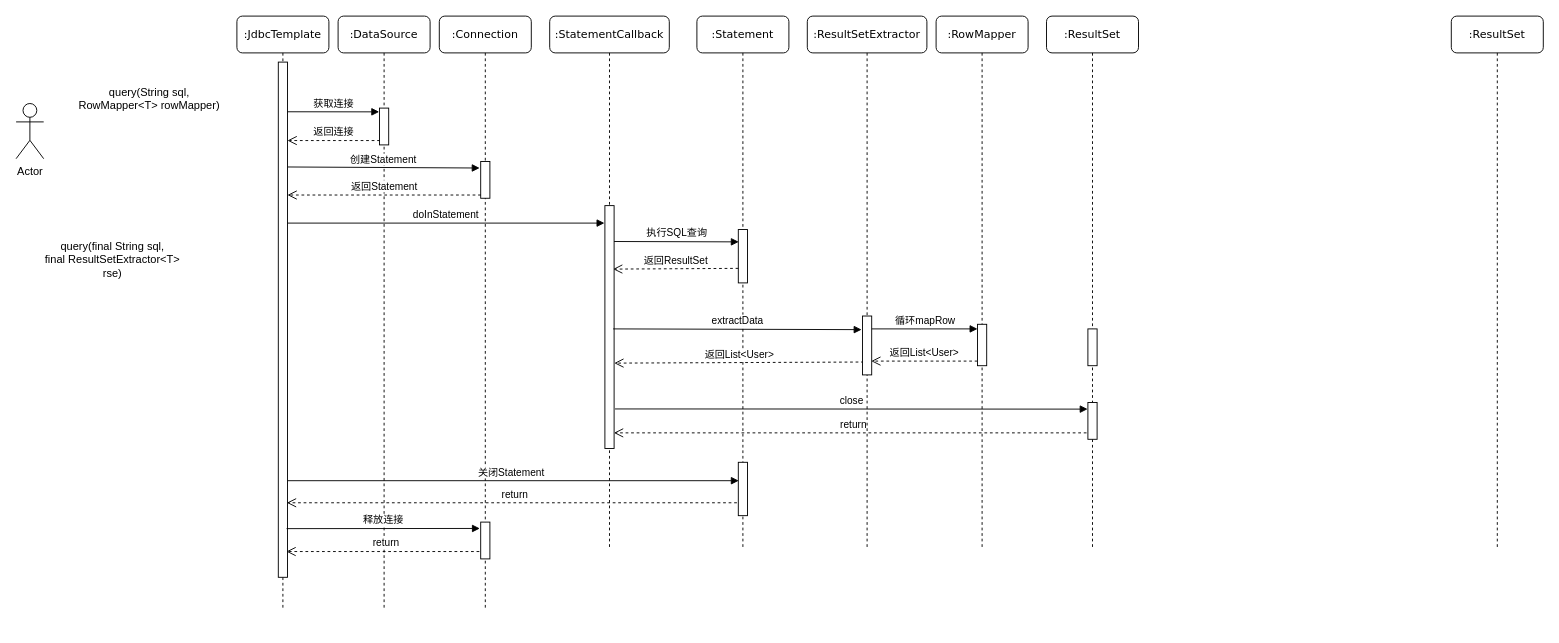
Above: JdbcTemplate时序图.drawio in hongweilv-whu/flowCharts (draw.io), before the change. Source tidied: cells renumbered, new cells numbered last; positions are measured from the earlier drawing's top-left corner, leaving out a move shared by most shapes. Both pictures are drawn from the tidied source at 92%, with x=0, y=0 at pixel (16, 16).
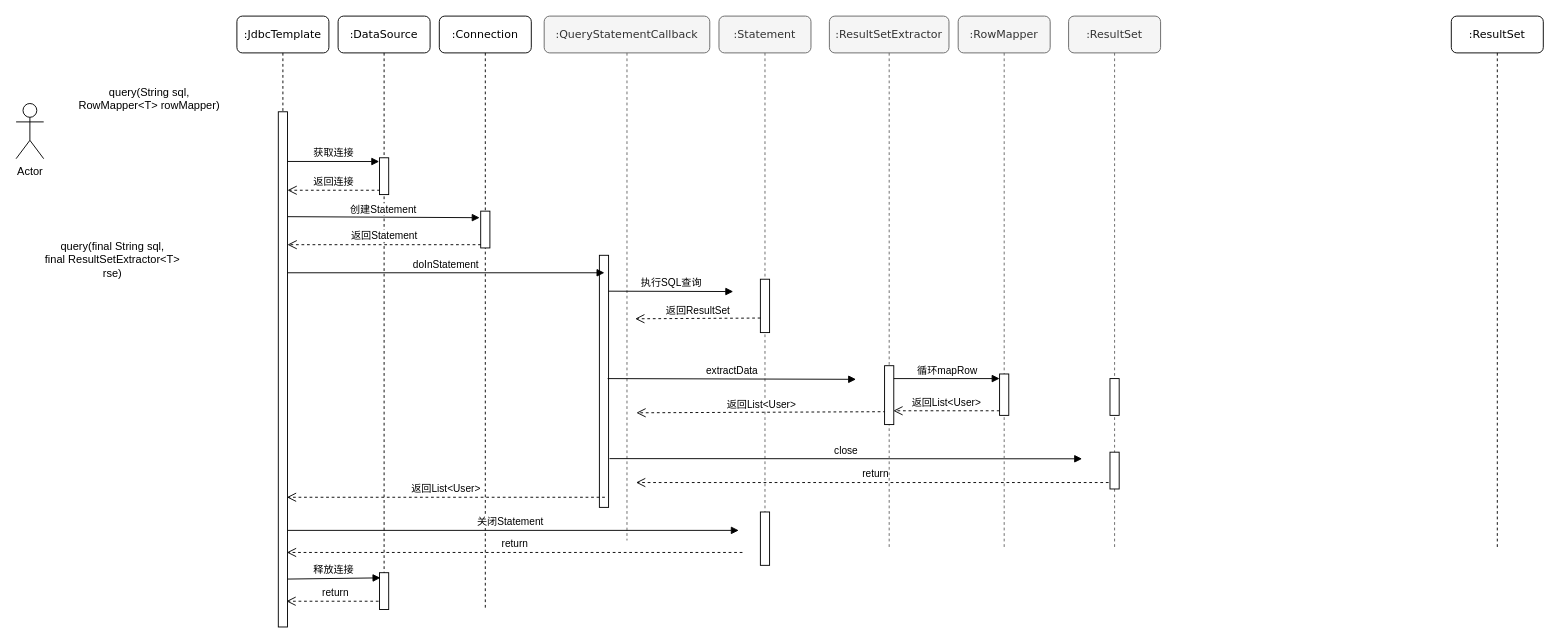
Above is the later version.

Commit message:
更新JdbcTemplate时序图.drawio

Unchanged cells that the change refers to:
```xml
<mxCell id="2" value=":Connection" style="shape=umlLifeline;perimeter=lifelinePerimeter;whiteSpace=wrap;html=1;rounded=1;shadow=0;comic=0;labelBackgroundColor=none;strokeWidth=1;fontFamily=Verdana;fontSize=12;align=center;" parent="1" vertex="1">
  <mxGeometry x="460" width="100" height="645" as="geometry" />
</mxCell>
<mxCell id="23" value=":DataSource" style="shape=umlLifeline;perimeter=lifelinePerimeter;whiteSpace=wrap;html=1;rounded=1;shadow=0;comic=0;labelBackgroundColor=none;strokeWidth=1;fontFamily=Verdana;fontSize=12;align=center;" parent="1" vertex="1">
  <mxGeometry x="350" width="100" height="645" as="geometry" />
</mxCell>
<mxCell id="27" value=":JdbcTemplate" style="shape=umlLifeline;perimeter=lifelinePerimeter;whiteSpace=wrap;html=1;outlineConnect=0;rounded=1;shadow=0;comic=0;labelBackgroundColor=none;strokeWidth=1;fontFamily=Verdana;fontSize=12;align=center;" parent="1" vertex="1">
  <mxGeometry x="240" width="100" height="645" as="geometry" />
</mxCell>
```

Diff of the diagram source:
```diff
@@
     <mxCell id="3" style="html=1;points=[];perimeter=orthogonalPerimeter;rounded=0;shadow=0;comic=0;labelBackgroundColor=none;strokeWidth=1;fontFamily=Verdana;fontSize=12;align=center;" parent="2" vertex="1">
-      <mxGeometry x="45" y="158" width="10" height="40" as="geometry" />
+      <mxGeometry x="45" y="212" width="10" height="40" as="geometry" />
     </mxCell>
     <mxCell id="4" value="return" style="html=1;verticalAlign=bottom;endArrow=open;dashed=1;endSize=8;rounded=0;strokeColor=default;" parent="2" edge="1">
       <mxGeometry relative="1" as="geometry">
-        <mxPoint x="329.5" y="529" as="sourcePoint" />
-        <mxPoint x="-165.7" y="529" as="targetPoint" />
+        <mxPoint x="329.5" y="583" as="sourcePoint" />
+        <mxPoint x="-165.7" y="583" as="targetPoint" />
       </mxGeometry>
     </mxCell>
-    <mxCell id="5" value=":Statement" style="shape=umlLifeline;perimeter=lifelinePerimeter;whiteSpace=wrap;html=1;rounded=1;shadow=0;comic=0;labelBackgroundColor=none;strokeWidth=1;fontFamily=Verdana;fontSize=12;align=center;" parent="1" vertex="1">
-      <mxGeometry x="740" width="100" height="580" as="geometry" />
+    <mxCell id="5" value=":Statement" style="shape=umlLifeline;perimeter=lifelinePerimeter;whiteSpace=wrap;html=1;rounded=1;shadow=0;comic=0;labelBackgroundColor=none;strokeWidth=1;fontFamily=Verdana;fontSize=12;align=center;fillColor=#f5f5f5;fontColor=#333333;strokeColor=#666666;" parent="1" vertex="1">
+      <mxGeometry x="764" width="100" height="580" as="geometry" />
     </mxCell>
     <mxCell id="6" style="html=1;perimeter=orthogonalPerimeter;rounded=0;shadow=0;comic=0;labelBackgroundColor=none;strokeWidth=1;fontFamily=Verdana;fontSize=12;align=center;" parent="5" vertex="1">
-      <mxGeometry x="45" y="232" width="10" height="58" as="geometry" />
+      <mxGeometry x="45" y="286" width="10" height="58" as="geometry" />
     </mxCell>
     <mxCell id="7" value="返回ResultSet" style="html=1;verticalAlign=bottom;endArrow=open;dashed=1;endSize=8;rounded=0;strokeColor=default;exitX=0.006;exitY=0.211;exitDx=0;exitDy=0;exitPerimeter=0;" parent="5" edge="1">
       <mxGeometry relative="1" as="geometry">
-        <mxPoint x="45.1" y="274.2" as="sourcePoint" />
-        <mxPoint x="-91.1" y="275" as="targetPoint" />
+        <mxPoint x="45.1" y="328.2" as="sourcePoint" />
+        <mxPoint x="-91.1" y="329" as="targetPoint" />
       </mxGeometry>
     </mxCell>
     <mxCell id="8" value="返回List&amp;lt;User&amp;gt;" style="html=1;verticalAlign=bottom;endArrow=open;dashed=1;endSize=8;rounded=0;strokeColor=default;entryX=1.02;entryY=0.819;entryDx=0;entryDy=0;entryPerimeter=0;" parent="5" edge="1">
       <mxGeometry relative="1" as="geometry">
-        <mxPoint x="181.5" y="376" as="sourcePoint" />
-        <mxPoint x="-89.8" y="377.2" as="targetPoint" />
+        <mxPoint x="181.5" y="430" as="sourcePoint" />
+        <mxPoint x="-89.8" y="431.2" as="targetPoint" />
       </mxGeometry>
     </mxCell>
     <mxCell id="9" value="return" style="html=1;verticalAlign=bottom;endArrow=open;dashed=1;endSize=8;rounded=0;strokeColor=default;" parent="5" edge="1">
       <mxGeometry relative="1" as="geometry">
-        <mxPoint x="429.5" y="453" as="sourcePoint" />
-        <mxPoint x="-90.2" y="453" as="targetPoint" />
+        <mxPoint x="429.5" y="507" as="sourcePoint" />
+        <mxPoint x="-90.2" y="507" as="targetPoint" />
       </mxGeometry>
     </mxCell>
     <mxCell id="10" style="html=1;perimeter=orthogonalPerimeter;rounded=0;shadow=0;comic=0;labelBackgroundColor=none;strokeWidth=1;fontFamily=Verdana;fontSize=12;align=center;" parent="5" vertex="1">
-      <mxGeometry x="45" y="485" width="10" height="58" as="geometry" />
+      <mxGeometry x="45" y="539" width="10" height="58" as="geometry" />
     </mxCell>
-    <mxCell id="11" value=":StatementCallback" style="shape=umlLifeline;perimeter=lifelinePerimeter;whiteSpace=wrap;html=1;rounded=1;shadow=0;comic=0;labelBackgroundColor=none;strokeWidth=1;fontFamily=Verdana;fontSize=12;align=center;" parent="1" vertex="1">
-      <mxGeometry x="580" width="130" height="580" as="geometry" />
+    <mxCell id="11" value=":QueryStatementCallback" style="shape=umlLifeline;perimeter=lifelinePerimeter;whiteSpace=wrap;html=1;rounded=1;shadow=0;comic=0;labelBackgroundColor=none;strokeWidth=1;fontFamily=Verdana;fontSize=12;align=center;fillColor=#f5f5f5;fontColor=#333333;strokeColor=#666666;" parent="1" vertex="1">
+      <mxGeometry x="574" width="180" height="570" as="geometry" />
     </mxCell>
     <mxCell id="12" style="html=1;perimeter=orthogonalPerimeter;rounded=0;shadow=0;comic=0;labelBackgroundColor=none;strokeWidth=1;fontFamily=Verdana;fontSize=12;align=center;" parent="11" vertex="1">
-      <mxGeometry x="60" y="206" width="10" height="264" as="geometry" />
+      <mxGeometry x="60" y="260" width="10" height="274" as="geometry" />
     </mxCell>
     <mxCell id="13" value="extractData" style="html=1;verticalAlign=bottom;endArrow=block;rounded=0;entryX=0;entryY=0.448;entryDx=0;entryDy=0;entryPerimeter=0;" parent="11" edge="1">
       <mxGeometry relative="1" as="geometry">
-        <mxPoint x="69" y="340" as="sourcePoint" />
-        <mxPoint x="339" y="340.8" as="targetPoint" />
+        <mxPoint x="69" y="394" as="sourcePoint" />
+        <mxPoint x="339" y="394.8" as="targetPoint" />
       </mxGeometry>
     </mxCell>
     <mxCell id="14" value="执行SQL查询" style="html=1;verticalAlign=bottom;endArrow=block;rounded=0;strokeColor=default;entryX=0.052;entryY=0.067;entryDx=0;entryDy=0;entryPerimeter=0;" parent="11" edge="1">
       <mxGeometry relative="1" as="geometry">
-        <mxPoint x="70" y="245" as="sourcePoint" />
-        <mxPoint x="205.5" y="245.4" as="targetPoint" />
+        <mxPoint x="70" y="299" as="sourcePoint" />
+        <mxPoint x="205.5" y="299.4" as="targetPoint" />
       </mxGeometry>
     </mxCell>
     <mxCell id="15" value="close" style="html=1;verticalAlign=bottom;endArrow=block;rounded=0;strokeColor=default;entryX=-0.133;entryY=0.579;entryDx=0;entryDy=0;entryPerimeter=0;" parent="11" edge="1">
       <mxGeometry relative="1" as="geometry">
-        <mxPoint x="71" y="427" as="sourcePoint" />
-        <mxPoint x="584.7" y="427.2" as="targetPoint" />
+        <mxPoint x="71" y="481" as="sourcePoint" />
+        <mxPoint x="584.7" y="481.2" as="targetPoint" />
       </mxGeometry>
     </mxCell>
@@
-    <mxCell id="17" value=":ResultSetExtractor" style="shape=umlLifeline;perimeter=lifelinePerimeter;whiteSpace=wrap;html=1;rounded=1;shadow=0;comic=0;labelBackgroundColor=none;strokeWidth=1;fontFamily=Verdana;fontSize=12;align=center;" parent="1" vertex="1">
-      <mxGeometry x="860" width="130" height="580" as="geometry" />
+    <mxCell id="17" value=":ResultSetExtractor" style="shape=umlLifeline;perimeter=lifelinePerimeter;whiteSpace=wrap;html=1;rounded=1;shadow=0;comic=0;labelBackgroundColor=none;strokeWidth=1;fontFamily=Verdana;fontSize=12;align=center;fillColor=#f5f5f5;fontColor=#333333;strokeColor=#666666;" parent="1" vertex="1">
+      <mxGeometry x="884" width="130" height="580" as="geometry" />
     </mxCell>
     <mxCell id="18" style="html=1;perimeter=orthogonalPerimeter;" parent="17" vertex="1">
-      <mxGeometry x="60" y="326" width="10" height="64" as="geometry" />
+      <mxGeometry x="60" y="380" width="10" height="64" as="geometry" />
     </mxCell>
     <mxCell id="19" value="循环mapRow" style="html=1;verticalAlign=bottom;endArrow=block;rounded=0;" parent="17" edge="1">
       <mxGeometry relative="1" as="geometry">
-        <mxPoint x="70" y="340" as="sourcePoint" />
-        <mxPoint x="185" y="340" as="targetPoint" />
+        <mxPoint x="70" y="394" as="sourcePoint" />
+        <mxPoint x="185" y="394" as="targetPoint" />
       </mxGeometry>
     </mxCell>
     <mxCell id="20" value="返回List&amp;lt;User&amp;gt;" style="html=1;verticalAlign=bottom;endArrow=open;dashed=1;endSize=8;rounded=0;strokeColor=default;" parent="17" edge="1">
       <mxGeometry relative="1" as="geometry">
-        <mxPoint x="185" y="375" as="sourcePoint" />
-        <mxPoint x="69.5" y="375" as="targetPoint" />
+        <mxPoint x="185" y="429" as="sourcePoint" />
+        <mxPoint x="69.5" y="429" as="targetPoint" />
       </mxGeometry>
     </mxCell>
-    <mxCell id="21" value=":RowMapper" style="shape=umlLifeline;perimeter=lifelinePerimeter;whiteSpace=wrap;html=1;rounded=1;shadow=0;comic=0;labelBackgroundColor=none;strokeWidth=1;fontFamily=Verdana;fontSize=12;align=center;" parent="1" vertex="1">
-      <mxGeometry x="1000" width="100" height="580" as="geometry" />
+    <mxCell id="21" value=":RowMapper" style="shape=umlLifeline;perimeter=lifelinePerimeter;whiteSpace=wrap;html=1;rounded=1;shadow=0;comic=0;labelBackgroundColor=none;strokeWidth=1;fontFamily=Verdana;fontSize=12;align=center;fillColor=#f5f5f5;fontColor=#333333;strokeColor=#666666;" parent="1" vertex="1">
+      <mxGeometry x="1024" width="100" height="580" as="geometry" />
     </mxCell>
     <mxCell id="22" style="html=1;perimeter=orthogonalPerimeter;" parent="21" vertex="1">
-      <mxGeometry x="45" y="335" width="10" height="45" as="geometry" />
+      <mxGeometry x="45" y="389" width="10" height="45" as="geometry" />
     </mxCell>
@@
     <mxCell id="24" style="html=1;points=[];perimeter=orthogonalPerimeter;rounded=0;shadow=0;comic=0;labelBackgroundColor=none;strokeWidth=1;fontFamily=Verdana;fontSize=12;align=center;" parent="23" vertex="1">
-      <mxGeometry x="45" y="100" width="10" height="40" as="geometry" />
+      <mxGeometry x="45" y="154" width="10" height="40" as="geometry" />
     </mxCell>
-    <mxCell id="25" value="关闭Statement" style="html=1;verticalAlign=bottom;endArrow=block;rounded=0;strokeColor=default;" parent="23" edge="1" source="27">
+    <mxCell id="25" value="关闭Statement" style="html=1;verticalAlign=bottom;endArrow=block;rounded=0;strokeColor=default;" parent="23" edge="1">
       <mxGeometry relative="1" as="geometry">
-        <mxPoint x="435.5" y="505" as="targetPoint" />
+        <mxPoint x="-60.9" y="559" as="sourcePoint" />
+        <mxPoint x="435.5" y="559" as="targetPoint" />
       </mxGeometry>
     </mxCell>
     <mxCell id="26" value="return" style="html=1;verticalAlign=bottom;endArrow=open;dashed=1;endSize=8;rounded=0;strokeColor=default;" parent="23" edge="1">
       <mxGeometry relative="1" as="geometry">
-        <mxPoint x="159.5" y="582" as="sourcePoint" />
-        <mxPoint x="-56.2" y="582" as="targetPoint" />
+        <mxPoint x="50" y="636" as="sourcePoint" />
+        <mxPoint x="-56.2" y="636" as="targetPoint" />
       </mxGeometry>
     </mxCell>
+    <mxCell id="42" value="返回List&amp;lt;User&amp;gt;" style="html=1;verticalAlign=bottom;endArrow=open;dashed=1;endSize=8;rounded=0;strokeColor=default;" parent="23" edge="1">
+      <mxGeometry relative="1" as="geometry">
+        <mxPoint x="290" y="523" as="sourcePoint" />
+        <mxPoint x="-55.7" y="523" as="targetPoint" />
+      </mxGeometry>
+    </mxCell>
+    <mxCell id="41" style="html=1;perimeter=orthogonalPerimeter;rounded=0;shadow=0;comic=0;labelBackgroundColor=none;strokeWidth=1;fontFamily=Verdana;fontSize=12;align=center;" parent="23" vertex="1">
+      <mxGeometry x="45" y="605" width="10" height="40" as="geometry" />
+    </mxCell>
@@
     <mxCell id="28" style="html=1;points=[];perimeter=orthogonalPerimeter;rounded=0;shadow=0;comic=0;labelBackgroundColor=none;strokeWidth=1;fontFamily=Verdana;fontSize=12;align=center;" parent="27" vertex="1">
-      <mxGeometry x="45" y="50" width="10" height="560" as="geometry" />
+      <mxGeometry x="45" y="104" width="10" height="560" as="geometry" />
     </mxCell>
     <mxCell id="29" value="获取连接" style="html=1;verticalAlign=bottom;endArrow=block;rounded=0;entryX=-0.033;entryY=0.102;entryDx=0;entryDy=0;entryPerimeter=0;" parent="27" edge="1" target="24">
       <mxGeometry relative="1" as="geometry">
-        <mxPoint x="55" y="104" as="sourcePoint" />
+        <mxPoint x="55" y="158" as="sourcePoint" />
       </mxGeometry>
     </mxCell>
     <mxCell id="30" value="doInStatement" style="html=1;verticalAlign=bottom;endArrow=block;rounded=0;strokeColor=default;" parent="27" edge="1">
       <mxGeometry relative="1" as="geometry">
-        <mxPoint x="55" y="225" as="sourcePoint" />
-        <mxPoint x="399.5" y="225" as="targetPoint" />
+        <mxPoint x="55" y="279" as="sourcePoint" />
+        <mxPoint x="399.5" y="279" as="targetPoint" />
       </mxGeometry>
     </mxCell>
-    <mxCell id="31" value="释放连接" style="html=1;verticalAlign=bottom;endArrow=block;rounded=0;strokeColor=default;exitX=0.5;exitY=0.902;exitDx=0;exitDy=0;exitPerimeter=0;entryX=-0.086;entryY=0.122;entryDx=0;entryDy=0;entryPerimeter=0;" parent="27" edge="1">
+    <mxCell id="31" value="释放连接" style="html=1;verticalAlign=bottom;endArrow=block;rounded=0;strokeColor=default;entryX=0.5;entryY=0.141;entryDx=0;entryDy=0;entryPerimeter=0;exitX=1.007;exitY=0.907;exitDx=0;exitDy=0;exitPerimeter=0;" parent="27" edge="1" source="28">
       <mxGeometry relative="1" as="geometry">
-        <mxPoint x="54" y="557.1" as="sourcePoint" />
-        <mxPoint x="264.1" y="556.9" as="targetPoint" />
+        <mxPoint x="156" y="610.6" as="targetPoint" />
       </mxGeometry>
     </mxCell>
@@
     <mxCell id="36" value="创建Statement" style="html=1;verticalAlign=bottom;endArrow=block;rounded=0;strokeColor=default;exitX=1.033;exitY=0.424;exitDx=0;exitDy=0;exitPerimeter=0;entryX=-0.113;entryY=0.178;entryDx=0;entryDy=0;entryPerimeter=0;" parent="1" edge="1" target="3">
       <mxGeometry relative="1" as="geometry">
-        <mxPoint x="295.3" y="164" as="sourcePoint" />
+        <mxPoint x="295.3" y="218" as="sourcePoint" />
       </mxGeometry>
     </mxCell>
@@
-    <mxCell id="38" value=":ResultSet" style="shape=umlLifeline;perimeter=lifelinePerimeter;whiteSpace=wrap;html=1;rounded=1;shadow=0;comic=0;labelBackgroundColor=none;strokeWidth=1;fontFamily=Verdana;fontSize=12;align=center;" parent="1" vertex="1">
-      <mxGeometry x="1120" width="100" height="580" as="geometry" />
+    <mxCell id="38" value=":ResultSet" style="shape=umlLifeline;perimeter=lifelinePerimeter;whiteSpace=wrap;html=1;rounded=1;shadow=0;comic=0;labelBackgroundColor=none;strokeWidth=1;fontFamily=Verdana;fontSize=12;align=center;fillColor=#f5f5f5;fontColor=#333333;strokeColor=#666666;" parent="1" vertex="1">
+      <mxGeometry x="1144" width="100" height="580" as="geometry" />
     </mxCell>
     <mxCell id="39" style="html=1;perimeter=orthogonalPerimeter;" parent="38" vertex="1">
-      <mxGeometry x="45" y="340" width="10" height="40" as="geometry" />
+      <mxGeometry x="45" y="394" width="10" height="40" as="geometry" />
     </mxCell>
     <mxCell id="40" style="html=1;perimeter=orthogonalPerimeter;" parent="38" vertex="1">
-      <mxGeometry x="45" y="420" width="10" height="40" as="geometry" />
+      <mxGeometry x="45" y="474" width="10" height="40" as="geometry" />
     </mxCell>
-    <mxCell id="41" style="html=1;perimeter=orthogonalPerimeter;rounded=0;shadow=0;comic=0;labelBackgroundColor=none;strokeWidth=1;fontFamily=Verdana;fontSize=12;align=center;" parent="1" vertex="1">
-      <mxGeometry x="505" y="550" width="10" height="40" as="geometry" />
-    </mxCell>
```
